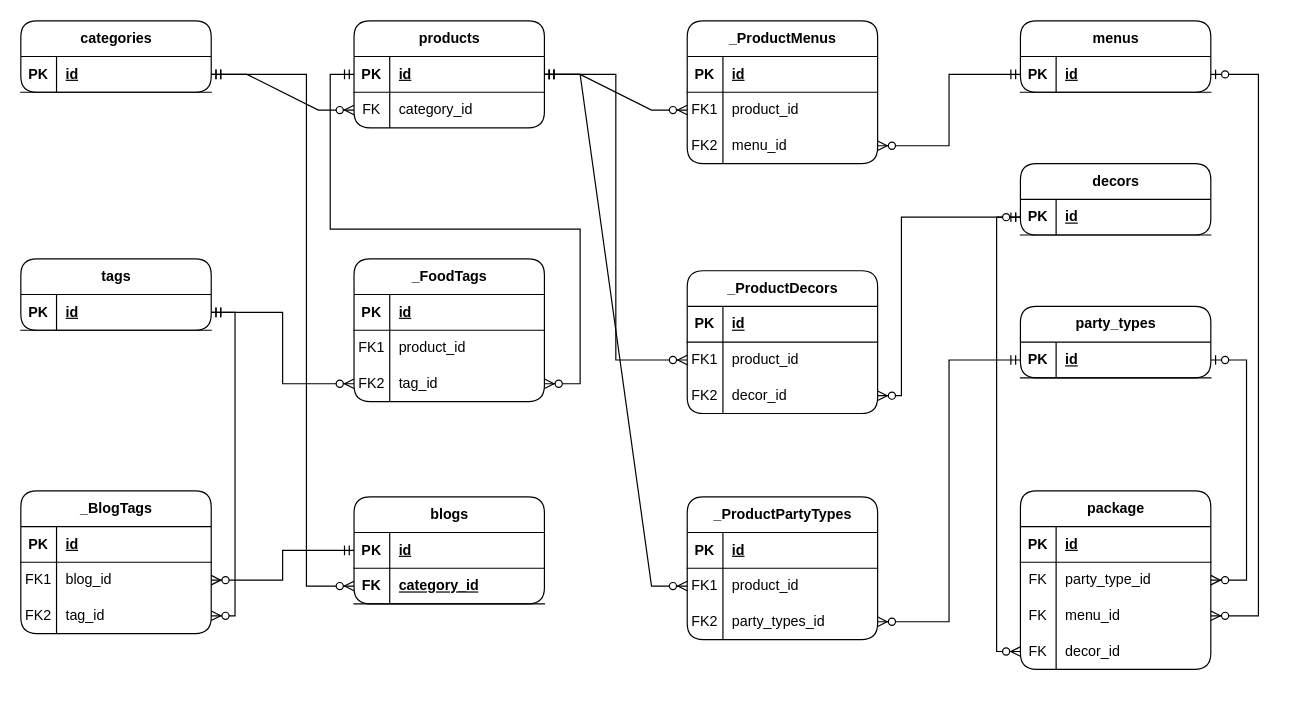
The draw.io diagram page "ERD-L1.2 - PRODUCT" (7 of 8) of Joie Palace.drawio in HongSon04/ERD-Joie-Palace, before the edit. Source tidied: cells renumbered, new cells numbered last; positions are measured from the earlier drawing's top-left corner, leaving out a move shared by most shapes. Both pictures are drawn from the tidied source at 119%, with x=0, y=0 at pixel (20, 20).
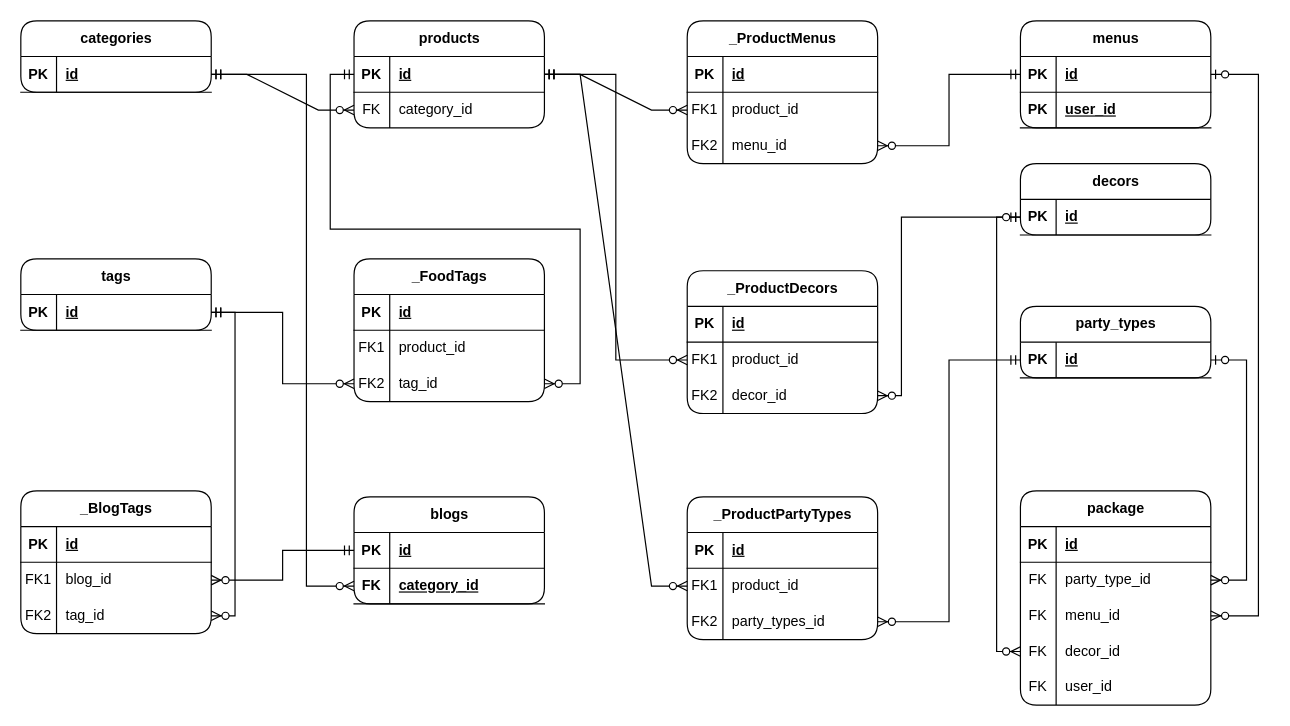
The same page after the edit.

What changed in the source:
```diff
@@
     <mxCell id="23" value="menus" style="shape=table;startSize=30;childLayout=tableLayout;rowLines=0;fontStyle=1;align=center;html=1;rounded=1;" parent="1" vertex="1">
-      <mxGeometry x="840" width="160" height="60" as="geometry" />
+      <mxGeometry x="840" width="160" height="90" as="geometry" />
     </mxCell>
@@
+    <mxCell id="116" style="shape=tableRow;horizontal=0;startSize=0;swimlaneHead=0;swimlaneBody=0;fillColor=none;top=0;left=0;right=0;bottom=1;" parent="23" vertex="1">
+      <mxGeometry y="60" width="160" height="30" as="geometry" />
+    </mxCell>
+    <mxCell id="117" value="PK" style="shape=partialRectangle;fillColor=none;top=0;left=0;bottom=0;right=0;fontStyle=1;overflow=hidden;whiteSpace=wrap;html=1;" parent="116" vertex="1">
+      <mxGeometry width="30" height="30" as="geometry" />
+    </mxCell>
+    <mxCell id="118" value="user_id" style="shape=partialRectangle;fillColor=none;top=0;left=0;bottom=0;right=0;align=left;spacingLeft=6;fontStyle=5;overflow=hidden;whiteSpace=wrap;html=1;" parent="116" vertex="1">
+      <mxGeometry x="30" width="130" height="30" as="geometry" />
+    </mxCell>
@@
     <mxCell id="63" value="package" style="shape=table;startSize=30;childLayout=tableLayout;rowLines=0;fontStyle=1;align=center;html=1;rounded=1;" parent="1" vertex="1">
-      <mxGeometry x="840" y="395" width="160" height="150" as="geometry" />
+      <mxGeometry x="840" y="395" width="160" height="180" as="geometry" />
     </mxCell>
@@
+    <mxCell id="119" style="shape=tableRow;horizontal=0;startSize=0;swimlaneHead=0;swimlaneBody=0;fillColor=none;top=0;left=0;right=0;bottom=0;" parent="63" vertex="1">
+      <mxGeometry y="150" width="160" height="30" as="geometry" />
+    </mxCell>
+    <mxCell id="120" value="FK" style="shape=partialRectangle;fillColor=none;top=0;left=0;bottom=0;right=0;overflow=hidden;whiteSpace=wrap;html=1;" parent="119" vertex="1">
+      <mxGeometry width="30" height="30" as="geometry" />
+    </mxCell>
+    <mxCell id="121" value="user_id" style="shape=partialRectangle;fillColor=none;top=0;left=0;bottom=0;right=0;align=left;spacingLeft=6;overflow=hidden;whiteSpace=wrap;html=1;" parent="119" vertex="1">
+      <mxGeometry x="30" width="130" height="30" as="geometry" />
+    </mxCell>
```
